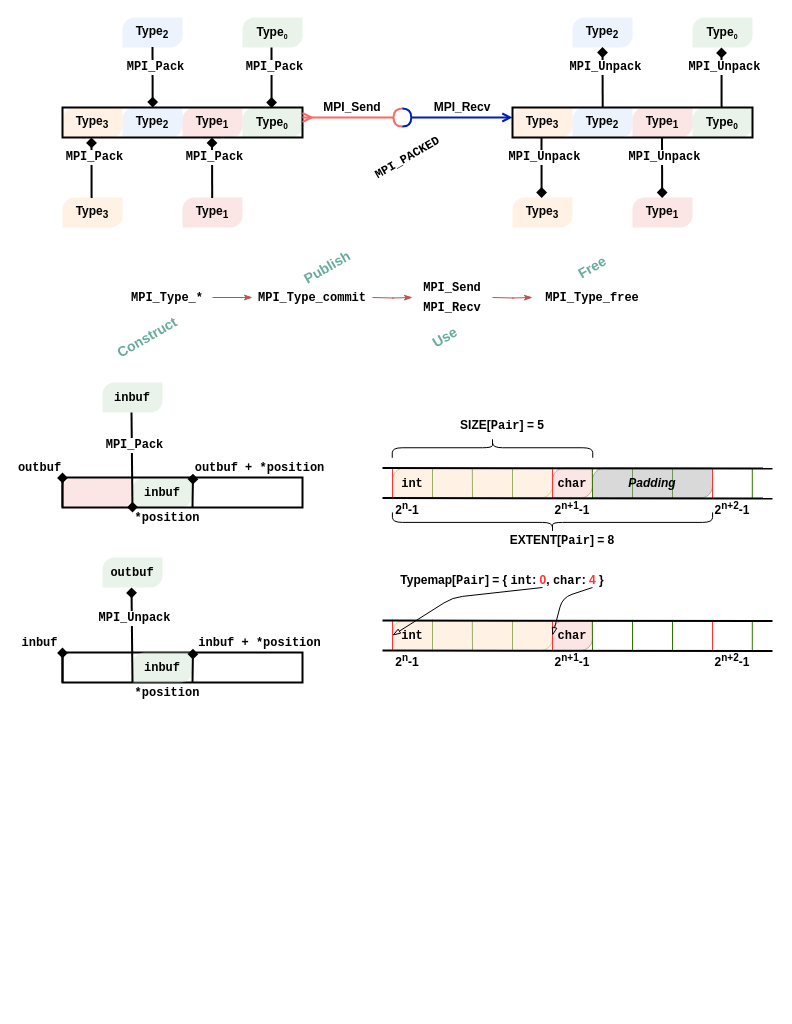
This is content/diagrams/derived-datatypes.drawio from ENCCS/intermediate-mpi, a draw.io file, before an edit. Source tidied: cells renumbered, new cells numbered last; positions are measured from the earlier drawing's top-left corner, leaving out a move shared by most shapes. Both pictures are drawn from the tidied source at 100%, with x=0, y=0 at pixel (17, 17).
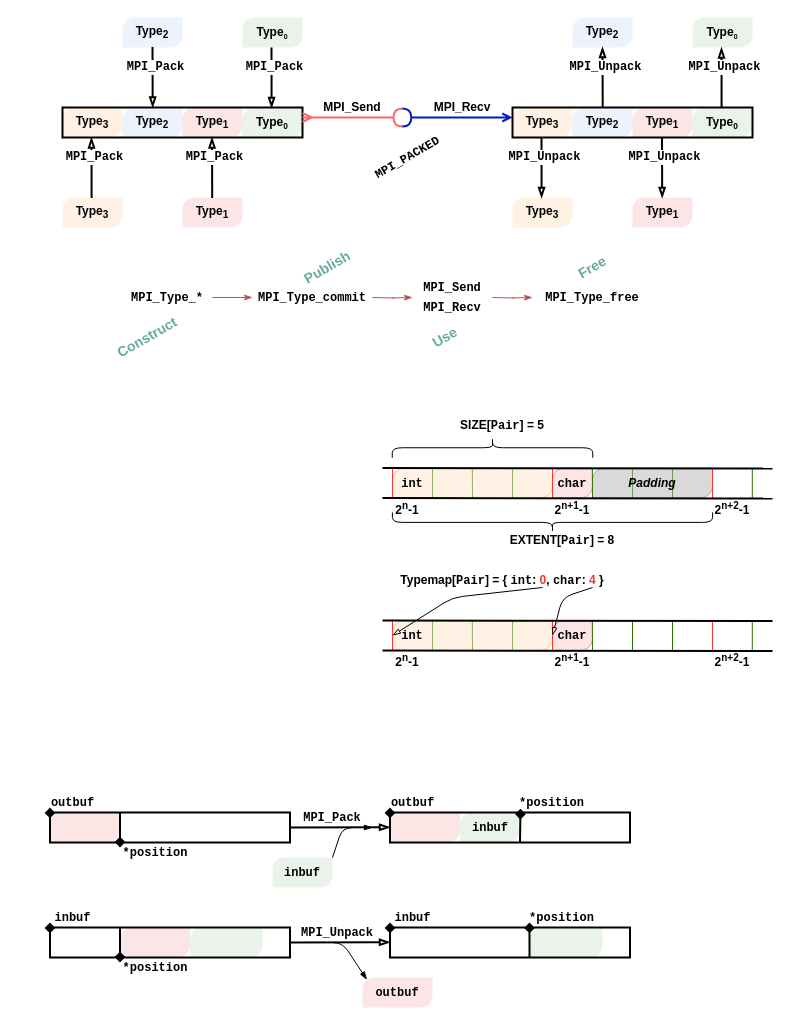
After the change.

Change to the diagram source:
```diff
@@
-    <mxCell id="10" style="rounded=0;whiteSpace=wrap;html=1;strokeWidth=2;fillColor=none;" parent="1" vertex="1">
-      <mxGeometry x="45" y="635" width="240" height="30" as="geometry" />
-    </mxCell>
     <mxCell id="11" style="verticalLabelPosition=bottom;verticalAlign=top;html=1;shape=mxgraph.basic.diag_round_rect;dx=6;shadow=0;fillColor=#d5e8d4;opacity=50;fontFamily=Helvetica;strokeColor=none;" parent="1" vertex="1">
-      <mxGeometry x="85" y="365" width="60" height="30" as="geometry" />
+      <mxGeometry x="255" y="840" width="60" height="30" as="geometry" />
     </mxCell>
@@
-    <mxCell id="34" style="endArrow=diamond;html=1;strokeWidth=2;entryX=0.834;entryY=0.047;entryDx=0;entryDy=0;entryPerimeter=0;endFill=1;startArrow=none;startFill=0;" parent="1" edge="1">
+    <mxCell id="34" style="endArrow=blockThin;html=1;strokeWidth=2;entryX=0.834;entryY=0.047;entryDx=0;entryDy=0;entryPerimeter=0;endFill=0;startArrow=none;startFill=0;" parent="1" edge="1">
       <mxGeometry relative="1" as="geometry">
         <mxPoint x="254" y="30" as="sourcePoint" />
         <mxPoint x="254.1" y="90.4" as="targetPoint" />
       </mxGeometry>
     </mxCell>
@@
-    <mxCell id="36" style="endArrow=diamond;html=1;strokeWidth=2;entryX=0.834;entryY=0.047;entryDx=0;entryDy=0;entryPerimeter=0;endFill=1;" parent="1" edge="1">
+    <mxCell id="36" style="endArrow=blockThin;html=1;strokeWidth=2;entryX=0.834;entryY=0.047;entryDx=0;entryDy=0;entryPerimeter=0;endFill=0;" parent="1" edge="1">
       <mxGeometry relative="1" as="geometry">
         <mxPoint x="135" y="29.6" as="sourcePoint" />
         <mxPoint x="135.2" y="90" as="targetPoint" />
       </mxGeometry>
     </mxCell>
@@
-    <mxCell id="38" style="endArrow=none;html=1;strokeWidth=2;entryX=0.834;entryY=0.047;entryDx=0;entryDy=0;entryPerimeter=0;endFill=0;startArrow=diamond;startFill=1;" parent="1" edge="1">
+    <mxCell id="38" style="endArrow=none;html=1;strokeWidth=2;entryX=0.834;entryY=0.047;entryDx=0;entryDy=0;entryPerimeter=0;endFill=0;startArrow=blockThin;startFill=0;" parent="1" edge="1">
       <mxGeometry relative="1" as="geometry">
         <mxPoint x="74" y="120" as="sourcePoint" />
         <mxPoint x="74.1" y="180.4" as="targetPoint" />
       </mxGeometry>
     </mxCell>
@@
-    <mxCell id="40" style="endArrow=none;html=1;strokeWidth=2;entryX=0.834;entryY=0.047;entryDx=0;entryDy=0;entryPerimeter=0;endFill=0;startArrow=diamond;startFill=1;" parent="1" edge="1">
+    <mxCell id="40" style="endArrow=none;html=1;strokeWidth=2;entryX=0.834;entryY=0.047;entryDx=0;entryDy=0;entryPerimeter=0;endFill=0;startArrow=blockThin;startFill=0;" parent="1" edge="1">
       <mxGeometry relative="1" as="geometry">
         <mxPoint x="194.5" y="120" as="sourcePoint" />
         <mxPoint x="194.7" y="180.4" as="targetPoint" />
       </mxGeometry>
     </mxCell>
@@
-    <mxCell id="59" style="endArrow=none;html=1;strokeWidth=2;entryX=0.834;entryY=0.047;entryDx=0;entryDy=0;entryPerimeter=0;endFill=0;startArrow=diamond;startFill=1;" parent="1" edge="1">
+    <mxCell id="59" style="endArrow=none;html=1;strokeWidth=2;entryX=0.834;entryY=0.047;entryDx=0;entryDy=0;entryPerimeter=0;endFill=0;startArrow=blockThin;startFill=0;" parent="1" edge="1">
       <mxGeometry relative="1" as="geometry">
         <mxPoint x="704" y="30" as="sourcePoint" />
         <mxPoint x="704.1" y="90.4" as="targetPoint" />
       </mxGeometry>
     </mxCell>
@@
-    <mxCell id="61" style="endArrow=none;html=1;strokeWidth=2;entryX=0.834;entryY=0.047;entryDx=0;entryDy=0;entryPerimeter=0;endFill=0;startArrow=diamond;startFill=1;" parent="1" edge="1">
+    <mxCell id="61" style="endArrow=none;html=1;strokeWidth=2;entryX=0.834;entryY=0.047;entryDx=0;entryDy=0;entryPerimeter=0;endFill=0;startArrow=blockThin;startFill=0;" parent="1" edge="1">
       <mxGeometry relative="1" as="geometry">
         <mxPoint x="585" y="29.6" as="sourcePoint" />
         <mxPoint x="585.2" y="90" as="targetPoint" />
       </mxGeometry>
     </mxCell>
@@
-    <mxCell id="63" style="endArrow=diamond;html=1;strokeWidth=2;entryX=0.834;entryY=0.047;entryDx=0;entryDy=0;entryPerimeter=0;endFill=1;startArrow=none;startFill=0;" parent="1" edge="1">
+    <mxCell id="63" style="endArrow=blockThin;html=1;strokeWidth=2;entryX=0.834;entryY=0.047;entryDx=0;entryDy=0;entryPerimeter=0;endFill=0;startArrow=none;startFill=0;" parent="1" edge="1">
       <mxGeometry relative="1" as="geometry">
         <mxPoint x="524" y="120" as="sourcePoint" />
         <mxPoint x="524.1" y="180.4" as="targetPoint" />
       </mxGeometry>
     </mxCell>
@@
-    <mxCell id="65" style="endArrow=diamond;html=1;strokeWidth=2;entryX=0.834;entryY=0.047;entryDx=0;entryDy=0;entryPerimeter=0;endFill=1;startArrow=none;startFill=0;" parent="1" edge="1">
+    <mxCell id="65" style="endArrow=blockThin;html=1;strokeWidth=2;entryX=0.834;entryY=0.047;entryDx=0;entryDy=0;entryPerimeter=0;endFill=0;startArrow=none;startFill=0;" parent="1" edge="1">
       <mxGeometry relative="1" as="geometry">
         <mxPoint x="644.5" y="120" as="sourcePoint" />
         <mxPoint x="644.7" y="180.4" as="targetPoint" />
       </mxGeometry>
     </mxCell>
@@
     <mxCell id="79" style="verticalLabelPosition=bottom;verticalAlign=top;html=1;shape=mxgraph.basic.diag_round_rect;dx=6;shadow=0;fillColor=#d5e8d4;opacity=50;fontFamily=Helvetica;strokeColor=none;" parent="1" vertex="1">
-      <mxGeometry x="115" y="460" width="60" height="30" as="geometry" />
+      <mxGeometry x="442.5" y="795" width="60" height="30" as="geometry" />
     </mxCell>
     <mxCell id="80" value="&lt;b&gt;&lt;font face=&quot;Courier New&quot;&gt;inbuf&lt;/font&gt;&lt;/b&gt;" style="text;html=1;strokeColor=none;fillColor=none;align=center;verticalAlign=middle;whiteSpace=wrap;rounded=0;opacity=30;" parent="1" vertex="1">
-      <mxGeometry x="125" y="465" width="40" height="20" as="geometry" />
+      <mxGeometry x="452.5" y="800" width="40" height="20" as="geometry" />
     </mxCell>
     <mxCell id="81" value="&lt;b&gt;&lt;font face=&quot;Courier New&quot;&gt;inbuf&lt;/font&gt;&lt;/b&gt;" style="text;html=1;strokeColor=none;fillColor=none;align=center;verticalAlign=middle;whiteSpace=wrap;rounded=0;opacity=30;" parent="1" vertex="1">
-      <mxGeometry x="95" y="370" width="40" height="20" as="geometry" />
+      <mxGeometry x="265" y="845" width="40" height="20" as="geometry" />
     </mxCell>
     <mxCell id="82" value="&lt;font face=&quot;Courier New&quot;&gt;&lt;b&gt;outbuf&lt;/b&gt;&lt;/font&gt;" style="text;html=1;strokeColor=none;fillColor=none;align=center;verticalAlign=middle;whiteSpace=wrap;rounded=0;" parent="1" vertex="1">
-      <mxGeometry y="440" width="45" height="20" as="geometry" />
+      <mxGeometry x="372.5" y="775" width="45" height="20" as="geometry" />
     </mxCell>
-    <mxCell id="83" value="&lt;font face=&quot;Courier New&quot;&gt;&lt;b&gt;*position&lt;/b&gt;&lt;/font&gt;" style="text;html=1;strokeColor=none;fillColor=none;align=center;verticalAlign=middle;whiteSpace=wrap;rounded=0;" parent="1" vertex="1">
-      <mxGeometry x="115" y="490" width="70" height="20" as="geometry" />
-    </mxCell>
-    <mxCell id="84" value="&lt;font face=&quot;Courier New&quot;&gt;&lt;b&gt;outbuf + *position&lt;/b&gt;&lt;/font&gt;" style="text;html=1;strokeColor=none;fillColor=none;align=center;verticalAlign=middle;whiteSpace=wrap;rounded=0;" parent="1" vertex="1">
-      <mxGeometry x="170" y="440" width="145" height="20" as="geometry" />
+    <mxCell id="84" value="&lt;font face=&quot;Courier New&quot;&gt;&lt;b&gt;*position&lt;/b&gt;&lt;/font&gt;" style="text;html=1;strokeColor=none;fillColor=none;align=center;verticalAlign=middle;whiteSpace=wrap;rounded=0;" parent="1" vertex="1">
+      <mxGeometry x="502.5" y="775" width="62.5" height="20" as="geometry" />
     </mxCell>
-    <mxCell id="85" style="endArrow=diamond;html=1;strokeColor=#000000;strokeWidth=2;endFill=1;exitX=0;exitY=1;exitDx=0;exitDy=0;entryX=1;entryY=0.75;entryDx=0;entryDy=0;" parent="1" edge="1" source="88" target="82">
+    <mxCell id="85" style="endArrow=diamond;html=1;strokeColor=#000000;strokeWidth=2;endFill=1;exitX=0;exitY=1;exitDx=0;exitDy=0;entryX=0;entryY=0.75;entryDx=0;entryDy=0;" parent="1" edge="1" source="88" target="82">
       <mxGeometry relative="1" as="geometry" />
     </mxCell>
     <mxCell id="86" style="endArrow=diamond;html=1;strokeColor=#000000;strokeWidth=2;endFill=1;entryX=0.377;entryY=-0.127;entryDx=0;entryDy=0;entryPerimeter=0;" parent="1" edge="1">
       <mxGeometry relative="1" as="geometry">
-        <mxPoint x="175" y="490" as="sourcePoint" />
-        <mxPoint x="175.5" y="456.2" as="targetPoint" />
+        <mxPoint x="502.5" y="825" as="sourcePoint" />
+        <mxPoint x="503" y="791.2" as="targetPoint" />
       </mxGeometry>
     </mxCell>
     <mxCell id="87" style="verticalLabelPosition=bottom;verticalAlign=top;html=1;shape=mxgraph.basic.diag_round_rect;dx=6;shadow=0;fillColor=#f8cecc;opacity=50;fontFamily=Helvetica;strokeColor=none;" parent="1" vertex="1">
-      <mxGeometry x="45" y="460" width="70" height="30" as="geometry" />
+      <mxGeometry x="372.5" y="795" width="70" height="30" as="geometry" />
     </mxCell>
-    <mxCell id="88" style="rounded=0;whiteSpace=wrap;html=1;strokeWidth=2;fillColor=none;" parent="1" vertex="1">
-      <mxGeometry x="45" y="460" width="240" height="30" as="geometry" />
-    </mxCell>
-    <mxCell id="89" style="endArrow=diamond;html=1;strokeWidth=2;entryX=0;entryY=0.25;entryDx=0;entryDy=0;endFill=1;startArrow=none;startFill=0;" parent="1" edge="1" target="83">
+    <mxCell id="89" style="endArrow=blockThin;html=1;strokeWidth=2;endFill=0;startArrow=none;startFill=0;" parent="1" edge="1" source="159">
       <mxGeometry relative="1" as="geometry">
-        <mxPoint x="114" y="395" as="sourcePoint" />
+        <mxPoint x="372.5" y="809.8" as="targetPoint" />
       </mxGeometry>
     </mxCell>
-    <mxCell id="90" value="&lt;b&gt;&lt;font face=&quot;Courier New&quot; style=&quot;font-size: 12px&quot;&gt;MPI_Pack&lt;/font&gt;&lt;/b&gt;" style="edgeLabel;html=1;align=center;verticalAlign=middle;" parent="89" vertex="1">
-      <mxGeometry x="-0.35" y="2" relative="1" as="geometry" />
-    </mxCell>
-    <mxCell id="91" style="verticalLabelPosition=bottom;verticalAlign=top;html=1;shape=mxgraph.basic.diag_round_rect;dx=6;shadow=0;fillColor=#d5e8d4;opacity=50;fontFamily=Helvetica;strokeColor=none;" parent="1" vertex="1">
-      <mxGeometry x="85" y="540" width="60" height="30" as="geometry" />
-    </mxCell>
-    <mxCell id="92" style="verticalLabelPosition=bottom;verticalAlign=top;html=1;shape=mxgraph.basic.diag_round_rect;dx=6;shadow=0;fillColor=#d5e8d4;opacity=50;fontFamily=Helvetica;strokeColor=none;" parent="1" vertex="1">
-      <mxGeometry x="115" y="635" width="60" height="30" as="geometry" />
-    </mxCell>
-    <mxCell id="93" value="&lt;b&gt;&lt;font face=&quot;Courier New&quot;&gt;inbuf&lt;/font&gt;&lt;/b&gt;" style="text;html=1;strokeColor=none;fillColor=none;align=center;verticalAlign=middle;whiteSpace=wrap;rounded=0;opacity=30;" parent="1" vertex="1">
-      <mxGeometry x="125" y="640" width="40" height="20" as="geometry" />
-    </mxCell>
-    <mxCell id="94" value="&lt;b&gt;&lt;font face=&quot;Courier New&quot;&gt;outbuf&lt;/font&gt;&lt;/b&gt;" style="text;html=1;strokeColor=none;fillColor=none;align=center;verticalAlign=middle;whiteSpace=wrap;rounded=0;opacity=30;" parent="1" vertex="1">
-      <mxGeometry x="95" y="545" width="40" height="20" as="geometry" />
-    </mxCell>
-    <mxCell id="95" value="&lt;font face=&quot;Courier New&quot;&gt;&lt;b&gt;inbuf&lt;/b&gt;&lt;/font&gt;" style="text;html=1;strokeColor=none;fillColor=none;align=center;verticalAlign=middle;whiteSpace=wrap;rounded=0;" parent="1" vertex="1">
-      <mxGeometry y="615" width="45" height="20" as="geometry" />
-    </mxCell>
-    <mxCell id="96" value="&lt;font face=&quot;Courier New&quot;&gt;&lt;b&gt;*position&lt;/b&gt;&lt;/font&gt;" style="text;html=1;strokeColor=none;fillColor=none;align=center;verticalAlign=middle;whiteSpace=wrap;rounded=0;" parent="1" vertex="1">
-      <mxGeometry x="115" y="665" width="70" height="20" as="geometry" />
-    </mxCell>
-    <mxCell id="97" value="&lt;font face=&quot;Courier New&quot;&gt;&lt;b&gt;inbuf + *position&lt;/b&gt;&lt;/font&gt;" style="text;html=1;strokeColor=none;fillColor=none;align=center;verticalAlign=middle;whiteSpace=wrap;rounded=0;" parent="1" vertex="1">
-      <mxGeometry x="170" y="615" width="145" height="20" as="geometry" />
-    </mxCell>
-    <mxCell id="98" style="endArrow=diamond;html=1;strokeColor=#000000;strokeWidth=2;endFill=1;exitX=0;exitY=1;exitDx=0;exitDy=0;entryX=1;entryY=0.75;entryDx=0;entryDy=0;" parent="1" edge="1" source="10" target="95">
-      <mxGeometry relative="1" as="geometry" />
-    </mxCell>
-    <mxCell id="99" style="endArrow=diamond;html=1;strokeColor=#000000;strokeWidth=2;endFill=1;entryX=0.377;entryY=-0.127;entryDx=0;entryDy=0;entryPerimeter=0;" parent="1" edge="1">
-      <mxGeometry relative="1" as="geometry">
-        <mxPoint x="175" y="665" as="sourcePoint" />
-        <mxPoint x="175.5" y="631.2" as="targetPoint" />
-      </mxGeometry>
-    </mxCell>
-    <mxCell id="100" style="endArrow=none;html=1;strokeWidth=2;endFill=0;startArrow=diamond;startFill=1;entryX=0;entryY=1;entryDx=0;entryDy=0;entryPerimeter=0;" parent="1" edge="1" target="92">
-      <mxGeometry relative="1" as="geometry">
-        <mxPoint x="114" y="570" as="sourcePoint" />
-      </mxGeometry>
-    </mxCell>
-    <mxCell id="101" value="&lt;b&gt;&lt;font face=&quot;Courier New&quot; style=&quot;font-size: 12px&quot;&gt;MPI_Unpack&lt;/font&gt;&lt;/b&gt;" style="edgeLabel;html=1;align=center;verticalAlign=middle;" parent="100" vertex="1">
-      <mxGeometry x="-0.35" y="2" relative="1" as="geometry" />
-    </mxCell>
@@
+    <mxCell id="141" value="&lt;font face=&quot;Courier New&quot;&gt;&lt;b&gt;outbuf&lt;/b&gt;&lt;/font&gt;" style="text;html=1;strokeColor=none;fillColor=none;align=center;verticalAlign=middle;whiteSpace=wrap;rounded=0;" parent="1" vertex="1">
+      <mxGeometry x="32.5" y="775" width="45" height="20" as="geometry" />
+    </mxCell>
+    <mxCell id="142" value="&lt;font face=&quot;Courier New&quot;&gt;&lt;b&gt;*position&lt;/b&gt;&lt;/font&gt;" style="text;html=1;strokeColor=none;fillColor=none;align=center;verticalAlign=middle;whiteSpace=wrap;rounded=0;" parent="1" vertex="1">
+      <mxGeometry x="102.5" y="825" width="70" height="20" as="geometry" />
+    </mxCell>
+    <mxCell id="143" style="endArrow=diamond;html=1;strokeColor=#000000;strokeWidth=2;endFill=1;exitX=0;exitY=1;exitDx=0;exitDy=0;entryX=0;entryY=0.75;entryDx=0;entryDy=0;" parent="1" edge="1" source="159" target="141">
+      <mxGeometry relative="1" as="geometry" />
+    </mxCell>
+    <mxCell id="144" style="verticalLabelPosition=bottom;verticalAlign=top;html=1;shape=mxgraph.basic.diag_round_rect;dx=6;shadow=0;fillColor=#f8cecc;opacity=50;fontFamily=Helvetica;strokeColor=none;" parent="1" vertex="1">
+      <mxGeometry x="32.5" y="795" width="70" height="30" as="geometry" />
+    </mxCell>
+    <mxCell id="145" style="endArrow=none;html=1;strokeColor=#000000;strokeWidth=2;endFill=0;startArrow=diamond;startFill=1;exitX=0;exitY=0.25;exitDx=0;exitDy=0;" parent="1" edge="1" source="142">
+      <mxGeometry relative="1" as="geometry">
+        <mxPoint x="102.5" y="795" as="targetPoint" />
+      </mxGeometry>
+    </mxCell>
+    <mxCell id="90" value="&lt;font face=&quot;Courier New&quot;&gt;&lt;b&gt;MPI_Pack&lt;/b&gt;&lt;/font&gt;" style="text;html=1;strokeColor=none;fillColor=none;align=center;verticalAlign=middle;whiteSpace=wrap;rounded=0;" parent="1" vertex="1">
+      <mxGeometry x="280" y="790" width="70" height="20" as="geometry" />
+    </mxCell>
+    <mxCell id="146" style="endArrow=none;html=1;strokeColor=#000000;strokeWidth=1;startArrow=blockThin;startFill=1;endFill=0;entryX=1;entryY=0;entryDx=0;entryDy=0;entryPerimeter=0;rounded=1;" parent="1" edge="1" target="11">
+      <mxGeometry relative="1" as="geometry">
+        <mxPoint x="355" y="810" as="sourcePoint" />
+        <Array as="points">
+          <mxPoint x="325" y="810" />
+        </Array>
+      </mxGeometry>
+    </mxCell>
+    <mxCell id="147" value="&lt;font face=&quot;Courier New&quot;&gt;&lt;b&gt;inbuf&lt;/b&gt;&lt;/font&gt;" style="text;html=1;strokeColor=none;fillColor=none;align=center;verticalAlign=middle;whiteSpace=wrap;rounded=0;" parent="1" vertex="1">
+      <mxGeometry x="372.5" y="890" width="45" height="20" as="geometry" />
+    </mxCell>
+    <mxCell id="148" value="&lt;font face=&quot;Courier New&quot;&gt;&lt;b&gt;*position&lt;/b&gt;&lt;/font&gt;" style="text;html=1;strokeColor=none;fillColor=none;align=center;verticalAlign=middle;whiteSpace=wrap;rounded=0;" parent="1" vertex="1">
+      <mxGeometry x="512.5" y="890" width="62.5" height="20" as="geometry" />
+    </mxCell>
+    <mxCell id="149" style="endArrow=diamond;html=1;strokeColor=#000000;strokeWidth=2;endFill=1;exitX=0;exitY=1;exitDx=0;exitDy=0;entryX=0;entryY=0.75;entryDx=0;entryDy=0;" parent="1" edge="1" source="164" target="147">
+      <mxGeometry relative="1" as="geometry" />
+    </mxCell>
+    <mxCell id="150" style="endArrow=blockThin;html=1;strokeWidth=2;endFill=0;startArrow=none;startFill=0;" parent="1" edge="1" source="162">
+      <mxGeometry relative="1" as="geometry">
+        <mxPoint x="372.5" y="924.8" as="targetPoint" />
+      </mxGeometry>
+    </mxCell>
+    <mxCell id="151" value="&lt;font face=&quot;Courier New&quot;&gt;&lt;b&gt;inbuf&lt;/b&gt;&lt;/font&gt;" style="text;html=1;strokeColor=none;fillColor=none;align=center;verticalAlign=middle;whiteSpace=wrap;rounded=0;" parent="1" vertex="1">
+      <mxGeometry x="32.5" y="890" width="45" height="20" as="geometry" />
+    </mxCell>
+    <mxCell id="152" value="&lt;font face=&quot;Courier New&quot;&gt;&lt;b&gt;*position&lt;/b&gt;&lt;/font&gt;" style="text;html=1;strokeColor=none;fillColor=none;align=center;verticalAlign=middle;whiteSpace=wrap;rounded=0;" parent="1" vertex="1">
+      <mxGeometry x="102.5" y="940" width="70" height="20" as="geometry" />
+    </mxCell>
+    <mxCell id="153" style="endArrow=diamond;html=1;strokeColor=#000000;strokeWidth=2;endFill=1;exitX=0;exitY=1;exitDx=0;exitDy=0;entryX=0;entryY=0.75;entryDx=0;entryDy=0;" parent="1" edge="1" source="162" target="151">
+      <mxGeometry relative="1" as="geometry" />
+    </mxCell>
+    <mxCell id="154" style="verticalLabelPosition=bottom;verticalAlign=top;html=1;shape=mxgraph.basic.diag_round_rect;dx=6;shadow=0;fillColor=#f8cecc;opacity=50;fontFamily=Helvetica;strokeColor=none;" parent="1" vertex="1">
+      <mxGeometry x="102.5" y="910" width="70" height="30" as="geometry" />
+    </mxCell>
+    <mxCell id="155" style="endArrow=none;html=1;strokeColor=#000000;strokeWidth=2;endFill=0;startArrow=diamond;startFill=1;exitX=0;exitY=0.25;exitDx=0;exitDy=0;" parent="1" edge="1" source="152">
+      <mxGeometry relative="1" as="geometry">
+        <mxPoint x="102.5" y="910" as="targetPoint" />
+      </mxGeometry>
+    </mxCell>
+    <mxCell id="101" value="&lt;font face=&quot;Courier New&quot;&gt;&lt;b&gt;MPI_Unpack&lt;/b&gt;&lt;/font&gt;" style="text;html=1;strokeColor=none;fillColor=none;align=center;verticalAlign=middle;whiteSpace=wrap;rounded=0;" parent="1" vertex="1">
+      <mxGeometry x="285" y="905" width="70" height="20" as="geometry" />
+    </mxCell>
+    <mxCell id="156" style="endArrow=none;html=1;strokeColor=#000000;strokeWidth=1;startArrow=blockThin;startFill=1;endFill=0;entryX=1;entryY=0.5;entryDx=0;entryDy=0;exitX=0.063;exitY=0.077;exitDx=0;exitDy=0;exitPerimeter=0;rounded=1;" parent="1" edge="1" source="157" target="162">
+      <mxGeometry relative="1" as="geometry">
+        <Array as="points">
+          <mxPoint x="325" y="925" />
+        </Array>
+      </mxGeometry>
+    </mxCell>
+    <mxCell id="157" style="verticalLabelPosition=bottom;verticalAlign=top;html=1;shape=mxgraph.basic.diag_round_rect;dx=6;shadow=0;fillColor=#f8cecc;opacity=50;fontFamily=Helvetica;strokeColor=none;" parent="1" vertex="1">
+      <mxGeometry x="345" y="960" width="70" height="30" as="geometry" />
+    </mxCell>
+    <mxCell id="158" value="&lt;font face=&quot;Courier New&quot;&gt;&lt;b&gt;outbuf&lt;/b&gt;&lt;/font&gt;" style="text;html=1;strokeColor=none;fillColor=none;align=center;verticalAlign=middle;whiteSpace=wrap;rounded=0;" parent="1" vertex="1">
+      <mxGeometry x="345" y="965" width="70" height="20" as="geometry" />
+    </mxCell>
+    <mxCell id="159" style="rounded=0;whiteSpace=wrap;html=1;strokeWidth=2;fillColor=none;" parent="1" vertex="1">
+      <mxGeometry x="32.5" y="795" width="240" height="30" as="geometry" />
+    </mxCell>
+    <mxCell id="160" style="verticalLabelPosition=bottom;verticalAlign=top;html=1;shape=mxgraph.basic.diag_round_rect;dx=6;shadow=0;fillColor=#d5e8d4;opacity=50;fontFamily=Helvetica;strokeColor=none;" parent="1" vertex="1">
+      <mxGeometry x="172.5" y="910" width="72.5" height="30" as="geometry" />
+    </mxCell>
+    <mxCell id="161" style="verticalLabelPosition=bottom;verticalAlign=top;html=1;shape=mxgraph.basic.diag_round_rect;dx=6;shadow=0;fillColor=#d5e8d4;opacity=50;fontFamily=Helvetica;strokeColor=none;" parent="1" vertex="1">
+      <mxGeometry x="512.5" y="910" width="72.5" height="30" as="geometry" />
+    </mxCell>
+    <mxCell id="162" style="rounded=0;whiteSpace=wrap;html=1;strokeWidth=2;fillColor=none;" parent="1" vertex="1">
+      <mxGeometry x="32.5" y="910" width="240" height="30" as="geometry" />
+    </mxCell>
+    <mxCell id="163" style="endArrow=diamond;html=1;strokeColor=#000000;strokeWidth=2;endFill=1;startArrow=none;startFill=0;exitX=0;exitY=0.25;exitDx=0;exitDy=0;" parent="1" edge="1">
+      <mxGeometry relative="1" as="geometry">
+        <mxPoint x="512" y="940" as="sourcePoint" />
+        <mxPoint x="512" y="905" as="targetPoint" />
+      </mxGeometry>
+    </mxCell>
+    <mxCell id="164" style="rounded=0;whiteSpace=wrap;html=1;strokeWidth=2;fillColor=none;" parent="1" vertex="1">
+      <mxGeometry x="372.5" y="910" width="240" height="30" as="geometry" />
+    </mxCell>
+    <mxCell id="88" style="rounded=0;whiteSpace=wrap;html=1;strokeWidth=2;fillColor=none;" parent="1" vertex="1">
+      <mxGeometry x="372.5" y="795" width="240" height="30" as="geometry" />
+    </mxCell>
```
